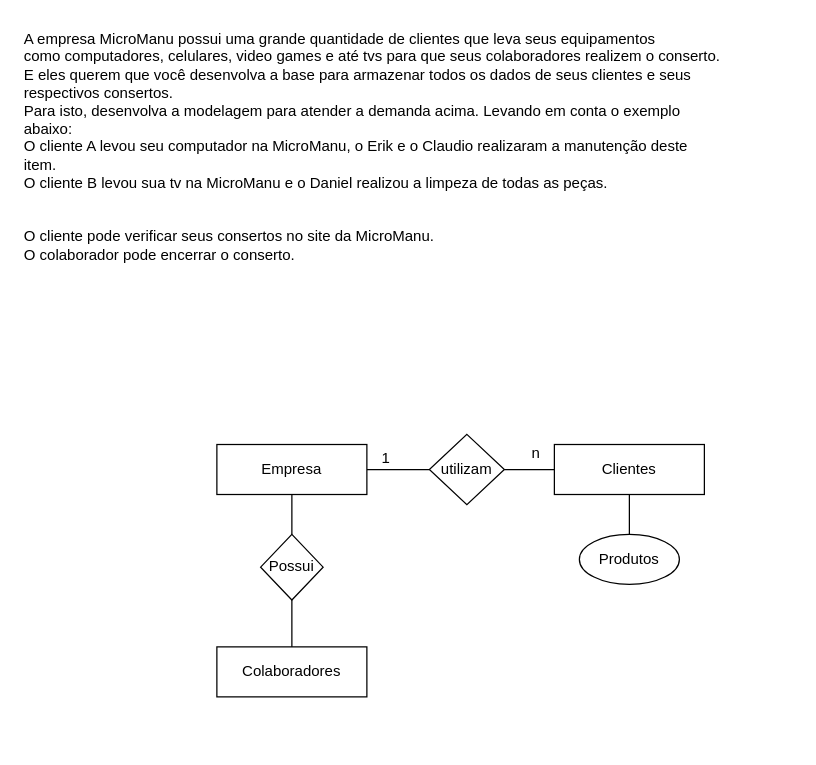
This is page "Página-7" (7 of 7) of Senai_sprint01/Atividade-1-aula-03/teste.drawio from dgmath/2-Semestre, a draw.io file, before an edit. Source tidied: cells renumbered, new cells numbered last; positions are measured from the earlier drawing's top-left corner, leaving out a move shared by most shapes. Both pictures are drawn from the tidied source at 125%, with x=0, y=0 at pixel (21, 21).
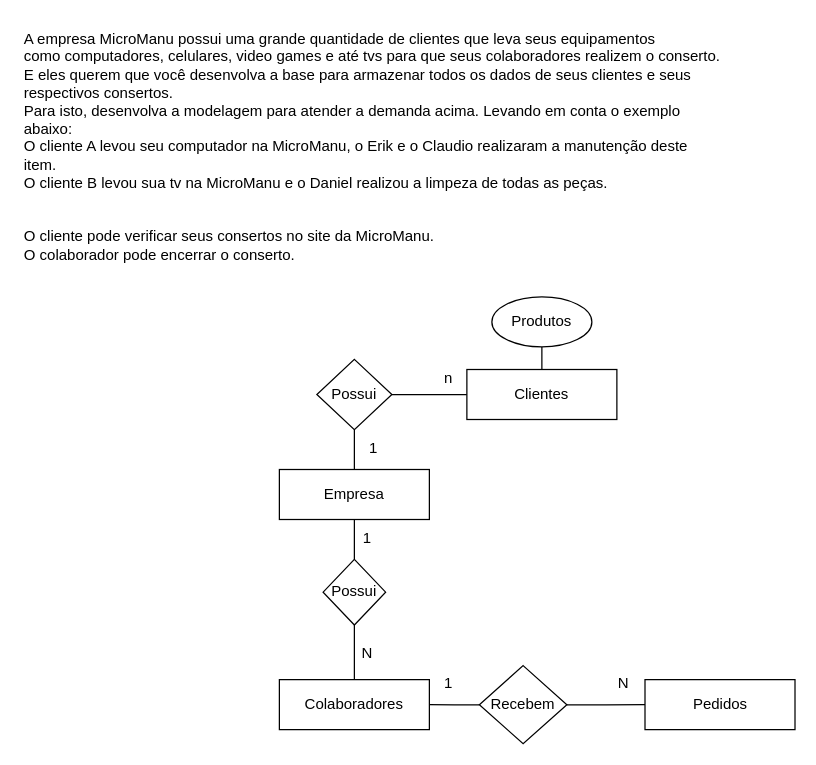
The same page after the edit.

Commit message:
Atividade 1 aula 03

Change to the diagram source:
```diff
@@
     <mxCell id="4" value="Empresa" style="rounded=0;whiteSpace=wrap;html=1;" parent="1" vertex="1">
-      <mxGeometry x="156" y="338.1" width="120" height="40" as="geometry" />
+      <mxGeometry x="206" y="358.1" width="120" height="40" as="geometry" />
     </mxCell>
@@
     <mxCell id="7" value="Clientes" style="rounded=0;whiteSpace=wrap;html=1;" parent="1" vertex="1">
-      <mxGeometry x="426" y="338.1" width="120" height="40" as="geometry" />
+      <mxGeometry x="356" y="278.1" width="120" height="40" as="geometry" />
     </mxCell>
-    <mxCell id="8" value="utilizam" style="rhombus;whiteSpace=wrap;html=1;" parent="1" vertex="1">
-      <mxGeometry x="326" y="330" width="60" height="56.2" as="geometry" />
+    <mxCell id="8" value="Possui" style="rhombus;whiteSpace=wrap;html=1;" parent="1" vertex="1">
+      <mxGeometry x="236" y="270" width="60" height="56.2" as="geometry" />
     </mxCell>
     <mxCell id="9" value="1" style="text;html=1;align=center;verticalAlign=middle;strokeColor=none;fillColor=none;" parent="1" vertex="1">
-      <mxGeometry x="276" y="333.8" width="30" height="30" as="geometry" />
+      <mxGeometry x="266" y="326.2" width="30" height="30" as="geometry" />
     </mxCell>
     <mxCell id="10" value="n" style="text;html=1;align=center;verticalAlign=middle;strokeColor=none;fillColor=none;" parent="1" vertex="1">
-      <mxGeometry x="396" y="330" width="30" height="30" as="geometry" />
+      <mxGeometry x="326" y="270" width="30" height="30" as="geometry" />
     </mxCell>
@@
     <mxCell id="12" value="Colaboradores" style="rounded=0;whiteSpace=wrap;html=1;" parent="1" vertex="1">
-      <mxGeometry x="156" y="500" width="120" height="40" as="geometry" />
+      <mxGeometry x="206" y="526.2" width="120" height="40" as="geometry" />
     </mxCell>
@@
     <mxCell id="14" value="Possui" style="rhombus;whiteSpace=wrap;html=1;" parent="1" vertex="1">
-      <mxGeometry x="191" y="410" width="50" height="52.5" as="geometry" />
+      <mxGeometry x="241" y="430" width="50" height="52.5" as="geometry" />
     </mxCell>
     <mxCell id="15" value="Produtos" style="ellipse;whiteSpace=wrap;html=1;rounded=0;" parent="1" vertex="1">
-      <mxGeometry x="446" y="410" width="80" height="40" as="geometry" />
+      <mxGeometry x="376" y="220" width="80" height="40" as="geometry" />
     </mxCell>
+    <mxCell id="16" value="Pedidos" style="rounded=0;whiteSpace=wrap;html=1;" parent="1" vertex="1">
+      <mxGeometry x="498.5" y="526.2" width="120" height="40" as="geometry" />
+    </mxCell>
+    <mxCell id="17" style="edgeStyle=orthogonalEdgeStyle;rounded=0;jettySize=auto;html=1;entryX=1;entryY=0.5;entryDx=0;entryDy=0;endArrow=none;endFill=0;" parent="1" edge="1" source="19" target="12">
+      <mxGeometry relative="1" as="geometry" />
+    </mxCell>
+    <mxCell id="18" style="edgeStyle=orthogonalEdgeStyle;rounded=0;jettySize=auto;html=1;endArrow=none;endFill=0;" parent="1" edge="1" source="19" target="16">
+      <mxGeometry relative="1" as="geometry" />
+    </mxCell>
+    <mxCell id="19" value="Recebem" style="rhombus;whiteSpace=wrap;html=1;" parent="1" vertex="1">
+      <mxGeometry x="366" y="515" width="70" height="62.5" as="geometry" />
+    </mxCell>
+    <mxCell id="20" value="1" style="text;html=1;align=center;verticalAlign=middle;strokeColor=none;fillColor=none;" parent="1" vertex="1">
+      <mxGeometry x="261" y="398" width="30" height="30" as="geometry" />
+    </mxCell>
+    <mxCell id="21" value="N" style="text;html=1;align=center;verticalAlign=middle;strokeColor=none;fillColor=none;" parent="1" vertex="1">
+      <mxGeometry x="261" y="490" width="30" height="30" as="geometry" />
+    </mxCell>
+    <mxCell id="22" value="1" style="text;html=1;align=center;verticalAlign=middle;strokeColor=none;fillColor=none;" parent="1" vertex="1">
+      <mxGeometry x="326" y="513.8" width="30" height="30" as="geometry" />
+    </mxCell>
+    <mxCell id="23" value="N" style="text;html=1;align=center;verticalAlign=middle;strokeColor=none;fillColor=none;" parent="1" vertex="1">
+      <mxGeometry x="466" y="513.8" width="30" height="30" as="geometry" />
+    </mxCell>
```
